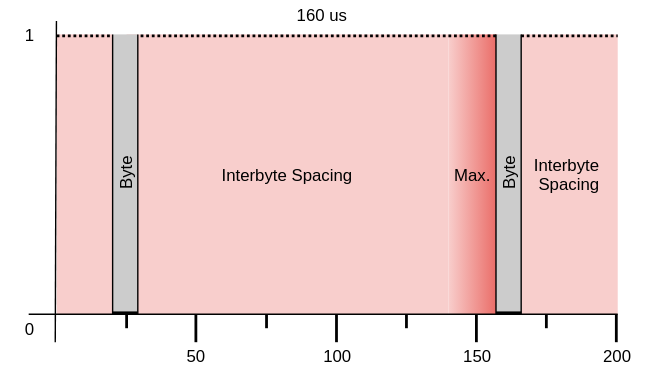
This is images/interbyte-spacing.svg from sabas1080/jacdac, a draw.io export, as it was before one commit. Source tidied: cells renumbered, new cells last; positions are measured from the earlier drawing's top-left corner, leaving out a move shared by most shapes.
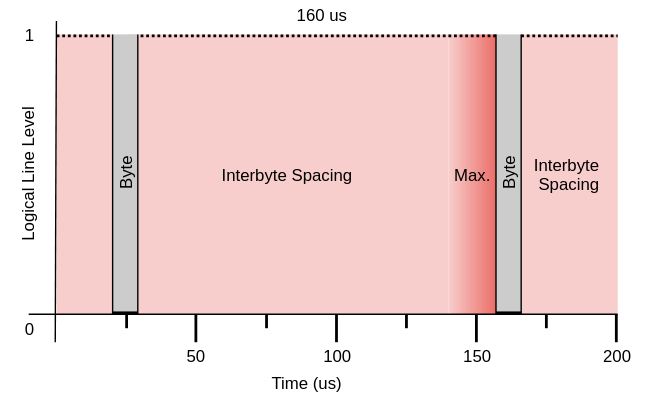
The same file after the commit.

What changed in the source:
```diff
@@ -145,5 +145,11 @@
     <mxCell id="34" value="200&lt;br&gt;" style="text;html=1;strokeColor=none;fillColor=none;align=center;verticalAlign=middle;whiteSpace=wrap;rounded=0;dashed=1;dashPattern=1 1;" parent="1" vertex="1">
       <mxGeometry x="420" y="244" width="40" height="20" as="geometry" />
     </mxCell>
+    <mxCell id="35" value="&lt;span&gt;Logical Line Level&lt;/span&gt;" style="text;html=1;align=left;verticalAlign=top;spacingTop=-4;horizontal=0;fontStyle=0;" parent="1" vertex="1">
+      <mxGeometry x="10" y="64" width="30" height="110" as="geometry" />
+    </mxCell>
+    <mxCell id="36" value="Time (us)" style="text;html=1;align=left;verticalAlign=top;spacingTop=-4;" parent="1" vertex="1">
+      <mxGeometry x="192" y="264" width="70" height="20" as="geometry" />
+    </mxCell>
   </root>
 </mxGraphModel>
```
